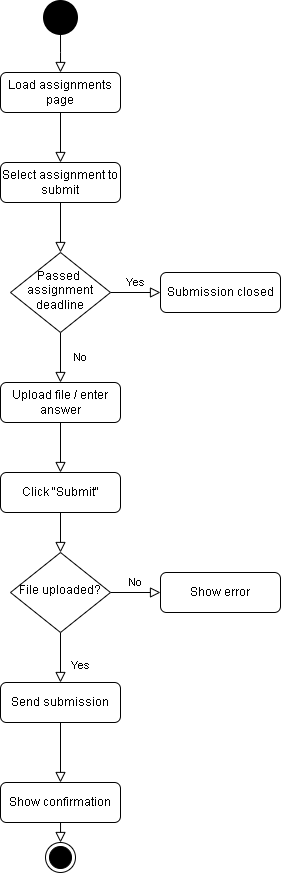
LeandroBakollari/learning-platform keeps this draw.io diagram as Activity-diagrams/activity-diagram-submit-assignment.drawio.png. Above is the earlier version. Source tidied: cells renumbered, new cells last; positions are measured from the earlier drawing's top-left corner, leaving out a move shared by most shapes.
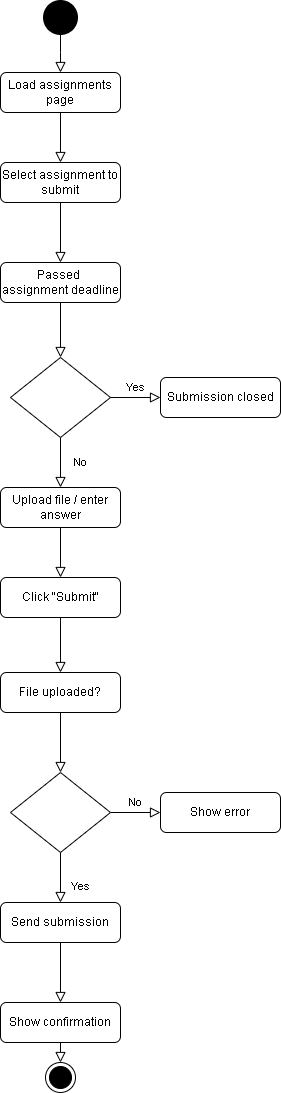
After the change.

Diff of the diagram source:
```diff
@@ -2,7 +2,7 @@
   <root>
     <mxCell id="0" />
     <mxCell id="1" parent="0" />
-    <mxCell id="2" style="rounded=0;html=1;jettySize=auto;fontSize=11;endArrow=block;endFill=0;endSize=8;strokeWidth=1;shadow=0;labelBackgroundColor=none;edgeStyle=orthogonalEdgeStyle;" parent="1" edge="1" source="3" target="6">
+    <mxCell id="2" style="rounded=0;html=1;jettySize=auto;fontSize=11;endArrow=block;endFill=0;endSize=8;strokeWidth=1;shadow=0;labelBackgroundColor=none;edgeStyle=orthogonalEdgeStyle;" parent="1" edge="1" source="3" target="27">
       <mxGeometry relative="1" as="geometry" />
     </mxCell>
     <mxCell id="3" value="Select assignment to submit" style="rounded=1;whiteSpace=wrap;html=1;fontSize=12;glass=0;strokeWidth=1;shadow=0;" parent="1" vertex="1">
@@ -14,11 +14,11 @@
     <mxCell id="5" value="Yes" style="edgeStyle=orthogonalEdgeStyle;rounded=0;html=1;jettySize=auto;fontSize=11;endArrow=block;endFill=0;endSize=8;strokeWidth=1;shadow=0;labelBackgroundColor=none;" parent="1" edge="1" source="6" target="7">
       <mxGeometry y="10" relative="1" as="geometry" />
     </mxCell>
-    <mxCell id="6" value="Passed&amp;nbsp;&lt;div&gt;assignment deadline&lt;/div&gt;" style="rhombus;whiteSpace=wrap;html=1;shadow=0;fontFamily=Helvetica;fontSize=12;align=center;strokeWidth=1;spacing=6;spacingTop=-4;" parent="1" vertex="1">
-      <mxGeometry x="10" y="250" width="100" height="80" as="geometry" />
+    <mxCell id="6" style="rhombus;whiteSpace=wrap;html=1;shadow=0;fontFamily=Helvetica;fontSize=12;align=center;strokeWidth=1;spacing=6;spacingTop=-4;" parent="1" vertex="1">
+      <mxGeometry x="10" y="355" width="100" height="80" as="geometry" />
     </mxCell>
     <mxCell id="7" value="Submission closed" style="rounded=1;whiteSpace=wrap;html=1;fontSize=12;glass=0;strokeWidth=1;shadow=0;" parent="1" vertex="1">
-      <mxGeometry x="160" y="270" width="120" height="40" as="geometry" />
+      <mxGeometry x="160" y="375" width="120" height="40" as="geometry" />
     </mxCell>
     <mxCell id="8" value="Yes" style="rounded=0;html=1;jettySize=auto;fontSize=11;endArrow=block;endFill=0;endSize=8;strokeWidth=1;shadow=0;labelBackgroundColor=none;edgeStyle=orthogonalEdgeStyle;" parent="1" edge="1" source="10" target="11">
       <mxGeometry x="0.33" y="20" relative="1" as="geometry" />
@@ -26,14 +26,14 @@
     <mxCell id="9" value="No" style="edgeStyle=orthogonalEdgeStyle;rounded=0;html=1;jettySize=auto;fontSize=11;endArrow=block;endFill=0;endSize=8;strokeWidth=1;shadow=0;labelBackgroundColor=none;" parent="1" edge="1" source="10" target="12">
       <mxGeometry y="10" relative="1" as="geometry" />
     </mxCell>
-    <mxCell id="10" value="File uploaded?" style="rhombus;whiteSpace=wrap;html=1;shadow=0;fontFamily=Helvetica;fontSize=12;align=center;strokeWidth=1;spacing=6;spacingTop=-4;" parent="1" vertex="1">
-      <mxGeometry x="10" y="550" width="100" height="80" as="geometry" />
+    <mxCell id="10" style="rhombus;whiteSpace=wrap;html=1;shadow=0;fontFamily=Helvetica;fontSize=12;align=center;strokeWidth=1;spacing=6;spacingTop=-4;" parent="1" vertex="1">
+      <mxGeometry x="10" y="770" width="100" height="80" as="geometry" />
     </mxCell>
     <mxCell id="11" value="Send submission" style="rounded=1;whiteSpace=wrap;html=1;fontSize=12;glass=0;strokeWidth=1;shadow=0;" parent="1" vertex="1">
-      <mxGeometry y="680" width="120" height="40" as="geometry" />
+      <mxGeometry y="900" width="120" height="40" as="geometry" />
     </mxCell>
     <mxCell id="12" value="Show error" style="rounded=1;whiteSpace=wrap;html=1;fontSize=12;glass=0;strokeWidth=1;shadow=0;" parent="1" vertex="1">
-      <mxGeometry x="160" y="570" width="120" height="40" as="geometry" />
+      <mxGeometry x="160" y="790" width="120" height="40" as="geometry" />
     </mxCell>
     <mxCell id="13" style="rounded=0;html=1;jettySize=auto;fontSize=11;endArrow=block;endFill=0;endSize=8;strokeWidth=1;shadow=0;labelBackgroundColor=none;edgeStyle=orthogonalEdgeStyle;" parent="1" edge="1" source="14" target="3">
       <mxGeometry relative="1" as="geometry" />
@@ -42,29 +42,29 @@
       <mxGeometry y="70" width="120" height="40" as="geometry" />
     </mxCell>
     <mxCell id="15" value="Upload file / enter answer" style="rounded=1;whiteSpace=wrap;html=1;fontSize=12;glass=0;strokeWidth=1;shadow=0;" parent="1" vertex="1">
-      <mxGeometry y="380" width="120" height="40" as="geometry" />
+      <mxGeometry y="485" width="120" height="40" as="geometry" />
     </mxCell>
     <mxCell id="16" style="rounded=0;html=1;jettySize=auto;fontSize=11;endArrow=block;endFill=0;endSize=8;strokeWidth=1;shadow=0;labelBackgroundColor=none;edgeStyle=orthogonalEdgeStyle;" parent="1" edge="1" source="15" target="17">
       <mxGeometry y="20" relative="1" as="geometry" />
     </mxCell>
     <mxCell id="17" value="Click &quot;Submit&quot;" style="rounded=1;whiteSpace=wrap;html=1;fontSize=12;glass=0;strokeWidth=1;shadow=0;" parent="1" vertex="1">
-      <mxGeometry y="470" width="120" height="40" as="geometry" />
+      <mxGeometry y="575" width="120" height="40" as="geometry" />
     </mxCell>
-    <mxCell id="18" style="rounded=0;html=1;jettySize=auto;fontSize=11;endArrow=block;endFill=0;endSize=8;strokeWidth=1;shadow=0;labelBackgroundColor=none;edgeStyle=orthogonalEdgeStyle;exitX=0.5;exitY=1;exitDx=0;exitDy=0;" parent="1" edge="1" source="17" target="10">
+    <mxCell id="18" style="rounded=0;html=1;jettySize=auto;fontSize=11;endArrow=block;endFill=0;endSize=8;strokeWidth=1;shadow=0;labelBackgroundColor=none;edgeStyle=orthogonalEdgeStyle;exitX=0.5;exitY=1;exitDx=0;exitDy=0;" parent="1" edge="1" source="17" target="25">
       <mxGeometry y="20" relative="1" as="geometry" />
     </mxCell>
     <mxCell id="19" style="rounded=0;html=1;jettySize=auto;fontSize=11;endArrow=block;endFill=0;endSize=8;strokeWidth=1;shadow=0;labelBackgroundColor=none;edgeStyle=orthogonalEdgeStyle;" parent="1" edge="1" source="11" target="20">
       <mxGeometry x="0.33" y="20" relative="1" as="geometry" />
     </mxCell>
     <mxCell id="20" value="Show confirmation" style="rounded=1;whiteSpace=wrap;html=1;fontSize=12;glass=0;strokeWidth=1;shadow=0;" parent="1" vertex="1">
-      <mxGeometry y="780" width="120" height="40" as="geometry" />
+      <mxGeometry y="1000" width="120" height="40" as="geometry" />
     </mxCell>
     <mxCell id="21" style="ellipse;html=1;shape=endState;fillColor=#000000;strokeColor=#000000;" parent="1" vertex="1">
-      <mxGeometry x="45" y="840" width="30" height="30" as="geometry" />
+      <mxGeometry x="45" y="1060" width="30" height="30" as="geometry" />
     </mxCell>
     <mxCell id="22" style="rounded=0;html=1;jettySize=auto;fontSize=11;endArrow=block;endFill=0;endSize=8;strokeWidth=1;shadow=0;labelBackgroundColor=none;edgeStyle=orthogonalEdgeStyle;" parent="1" edge="1" source="20">
       <mxGeometry x="0.33" y="20" relative="1" as="geometry">
-        <mxPoint x="60" y="840" as="targetPoint" />
+        <mxPoint x="60" y="1060" as="targetPoint" />
       </mxGeometry>
     </mxCell>
     <mxCell id="23" style="ellipse;html=1;shape=endState;fillColor=#000000;strokeColor=#000000;strokeWidth=5;" parent="1" vertex="1">
@@ -75,5 +75,17 @@
         <mxPoint x="60" y="70" as="targetPoint" />
       </mxGeometry>
     </mxCell>
+    <mxCell id="25" value="File uploaded?" style="rounded=1;whiteSpace=wrap;html=1;fontSize=12;glass=0;strokeWidth=1;shadow=0;" parent="1" vertex="1">
+      <mxGeometry y="670" width="120" height="40" as="geometry" />
+    </mxCell>
+    <mxCell id="26" style="rounded=0;html=1;jettySize=auto;fontSize=11;endArrow=block;endFill=0;endSize=8;strokeWidth=1;shadow=0;labelBackgroundColor=none;edgeStyle=orthogonalEdgeStyle;" parent="1" edge="1" source="25" target="10">
+      <mxGeometry y="20" relative="1" as="geometry" />
+    </mxCell>
+    <mxCell id="27" value="Passed&amp;nbsp;&lt;div&gt;assignment deadline&lt;/div&gt;" style="rounded=1;whiteSpace=wrap;html=1;fontSize=12;glass=0;strokeWidth=1;shadow=0;" parent="1" vertex="1">
+      <mxGeometry y="260" width="120" height="40" as="geometry" />
+    </mxCell>
+    <mxCell id="28" style="rounded=0;html=1;jettySize=auto;fontSize=11;endArrow=block;endFill=0;endSize=8;strokeWidth=1;shadow=0;labelBackgroundColor=none;edgeStyle=orthogonalEdgeStyle;" parent="1" edge="1" source="27" target="6">
+      <mxGeometry y="20" relative="1" as="geometry" />
+    </mxCell>
   </root>
 </mxGraphModel>
```
